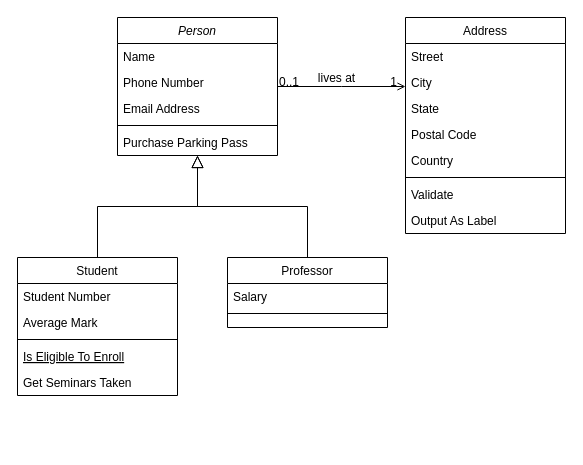
Before: Untitled Diagram.drawio in xiaojuntang/JPush, a draw.io diagram. Source tidied: cells renumbered, new cells numbered last; positions are measured from the earlier drawing's top-left corner, leaving out a move shared by most shapes. Both pictures are drawn from the tidied source at 100%, with x=0, y=0 at pixel (17, 17).
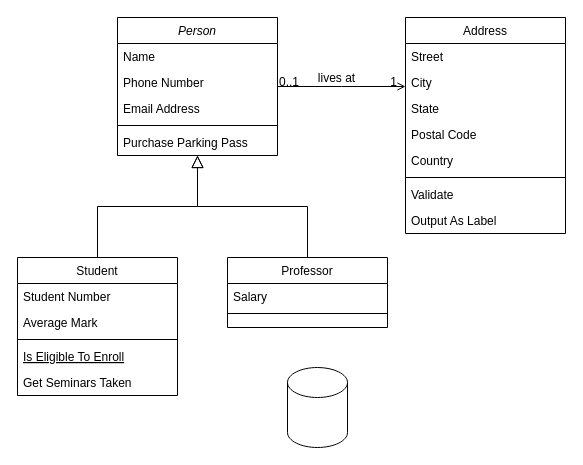
The same diagram, later.

Change to the diagram source:
```diff
@@
+    <mxCell id="32" style="shape=cylinder3;whiteSpace=wrap;html=1;boundedLbl=1;backgroundOutline=1;size=15;" parent="1" vertex="1">
+      <mxGeometry x="270" y="350" width="60" height="80" as="geometry" />
+    </mxCell>
```
